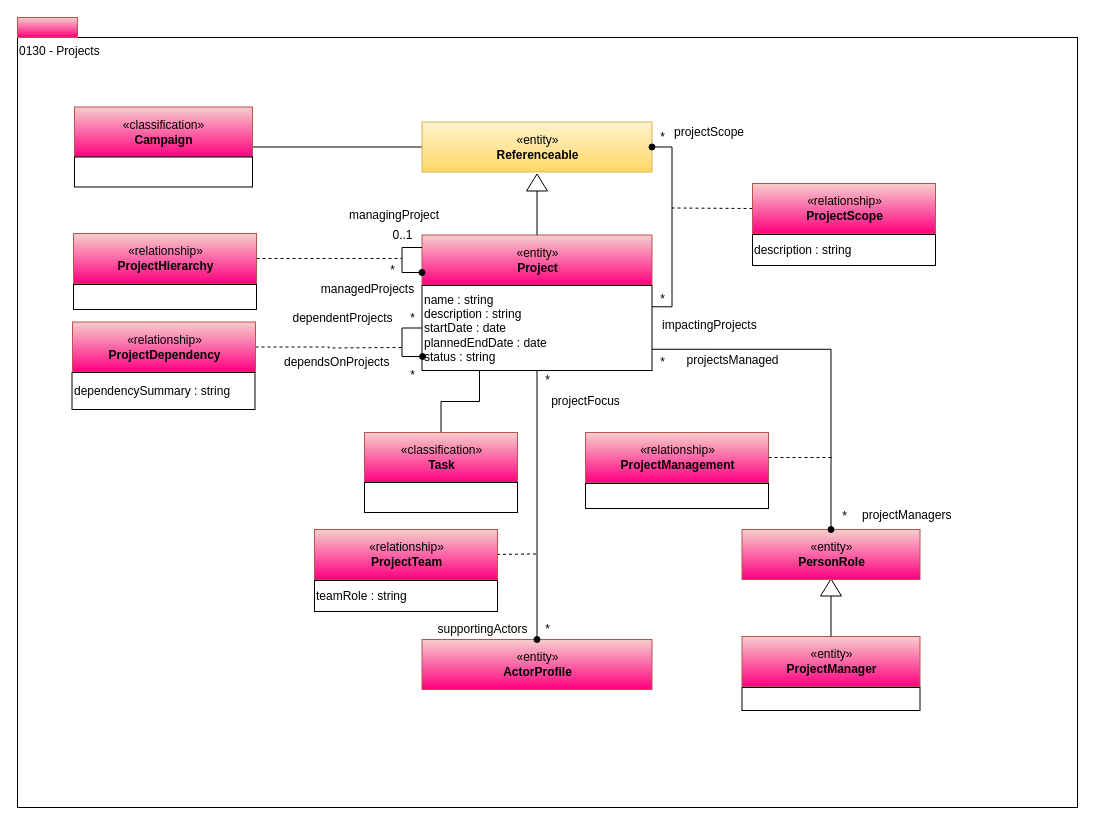
Above: page "0130-Projects" (7 of 13) of site/docs/types/1/area-1-collaboration.drawio in odpi/egeria-docs (draw.io), before the change. Source tidied: cells renumbered, new cells numbered last; positions are measured from the earlier drawing's top-left corner, leaving out a move shared by most shapes. Both pictures are drawn from the tidied source at 100%, with x=0, y=0 at pixel (17, 17).
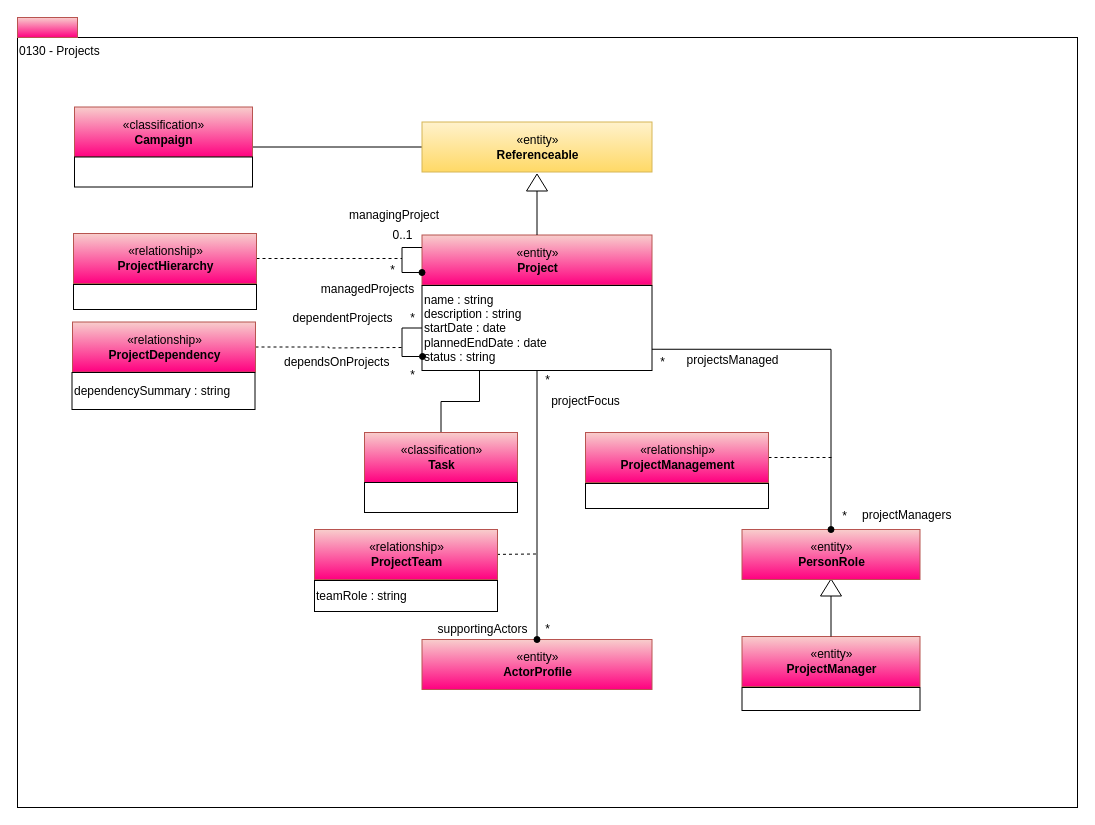
Above is the later version.

Commit message (it also covers changes not shown here):
Add AssignmentScope relationship

Unchanged cells that the change refers to:
```xml
<mxCell id="7" value="name : string&lt;br&gt;description : string&lt;br&gt;startDate : date&lt;br&gt;plannedEndDate : date&lt;br&gt;status : string&lt;br&gt;" style="rounded=0;whiteSpace=wrap;html=1;align=left;" parent="1" vertex="1">
  <mxGeometry x="404.5" y="268" width="230" height="85" as="geometry" />
</mxCell>
<mxCell id="16" value="«entity»&lt;br&gt;&lt;b&gt;Referenceable&lt;/b&gt;" style="html=1;strokeColor=#d6b656;align=center;fillColor=#fff2cc;gradientColor=#ffd966;" parent="1" vertex="1">
  <mxGeometry x="404.5" y="104.5" width="230" height="50" as="geometry" />
</mxCell>
```

The edit, as a diff of the source:
```diff
@@
-    <mxCell id="12" style="edgeStyle=orthogonalEdgeStyle;rounded=0;html=1;exitX=0;exitY=0.5;endArrow=none;endFill=0;jettySize=auto;dashed=1;" parent="1" edge="1" source="13">
-      <mxGeometry relative="1" as="geometry">
-        <mxPoint x="654.5" y="190.5" as="targetPoint" />
-      </mxGeometry>
-    </mxCell>
-    <mxCell id="13" value="«relationship»&lt;br&gt;&lt;b&gt;ProjectScope&lt;/b&gt;" style="html=1;strokeColor=#b85450;align=center;fillColor=#f8cecc;gradientColor=#FF0080;" parent="1" vertex="1">
-      <mxGeometry x="735" y="166" width="183" height="50" as="geometry" />
-    </mxCell>
-    <mxCell id="14" value="*" style="text;html=1;align=center;verticalAlign=top;spacingTop=-4;" parent="1" vertex="1">
-      <mxGeometry x="634.5" y="271.5" width="20" height="20" as="geometry" />
-    </mxCell>
-    <mxCell id="15" value="*" style="text;html=1;align=center;verticalAlign=top;spacingTop=-4;" parent="1" vertex="1">
-      <mxGeometry x="634.5" y="109.5" width="20" height="20" as="geometry" />
-    </mxCell>
@@
-    <mxCell id="17" value="description : string" style="rounded=0;whiteSpace=wrap;html=1;strokeColor=#000000;gradientColor=#ffffff;align=left;" parent="1" vertex="1">
-      <mxGeometry x="735" y="217" width="183" height="31" as="geometry" />
-    </mxCell>
-    <mxCell id="18" value="projectScope" style="text;html=1;align=left;verticalAlign=top;spacingTop=-4;" parent="1" vertex="1">
-      <mxGeometry x="654.5" y="104.5" width="90" height="20" as="geometry" />
-    </mxCell>
-    <mxCell id="19" value="impactingProjects" style="text;html=1;align=left;verticalAlign=top;spacingTop=-4;" parent="1" vertex="1">
-      <mxGeometry x="642.5" y="297.5" width="110" height="20" as="geometry" />
-    </mxCell>
@@
-    <mxCell id="60" style="edgeStyle=orthogonalEdgeStyle;rounded=0;html=1;exitX=1;exitY=0.25;endArrow=oval;endFill=1;jettySize=auto;entryX=1;entryY=0.5;" parent="1" edge="1" source="7" target="16">
-      <mxGeometry relative="1" as="geometry" />
-    </mxCell>
```
